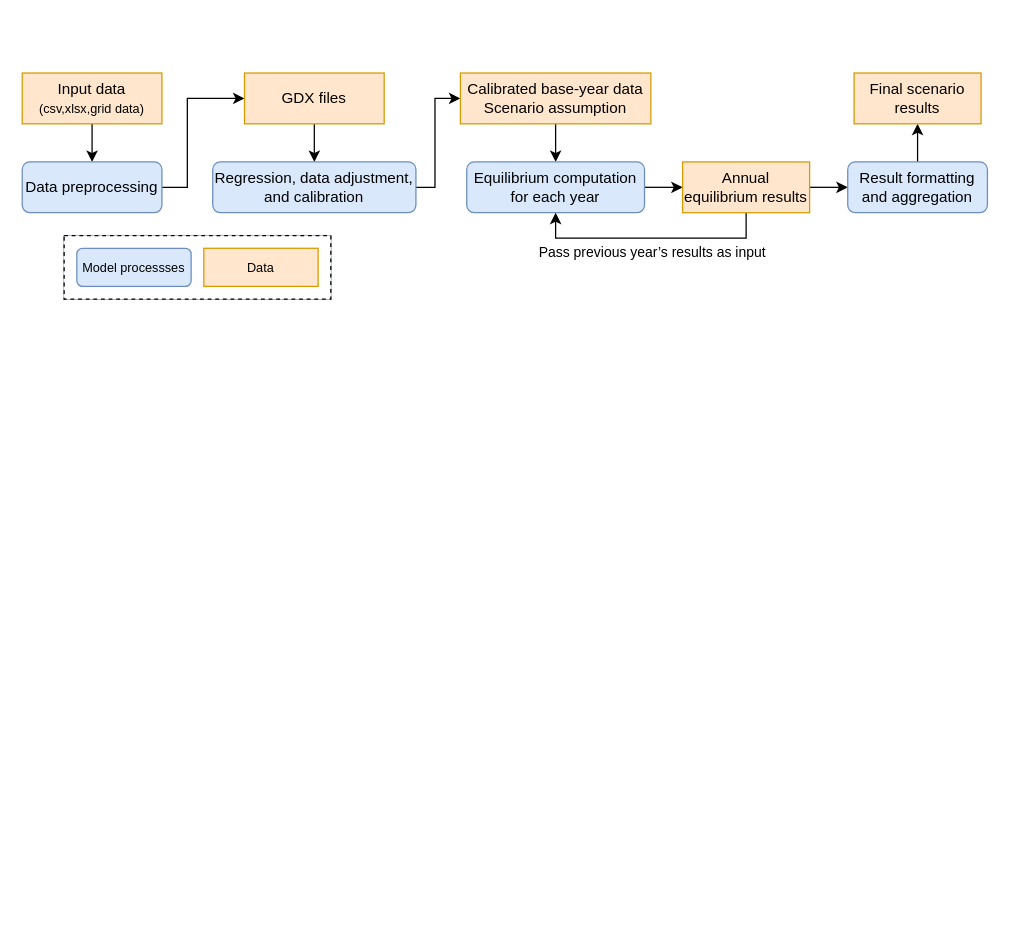
KUAtmos/AIMALPHAdoc keeps this draw.io diagram as figs/fig7_1.drawio. Above is the earlier version. Source tidied: cells renumbered, new cells numbered last; positions are measured from the earlier drawing's top-left corner, leaving out a move shared by most shapes. Both pictures are drawn from the tidied source at 127%, with x=0, y=0 at pixel (22, 72).
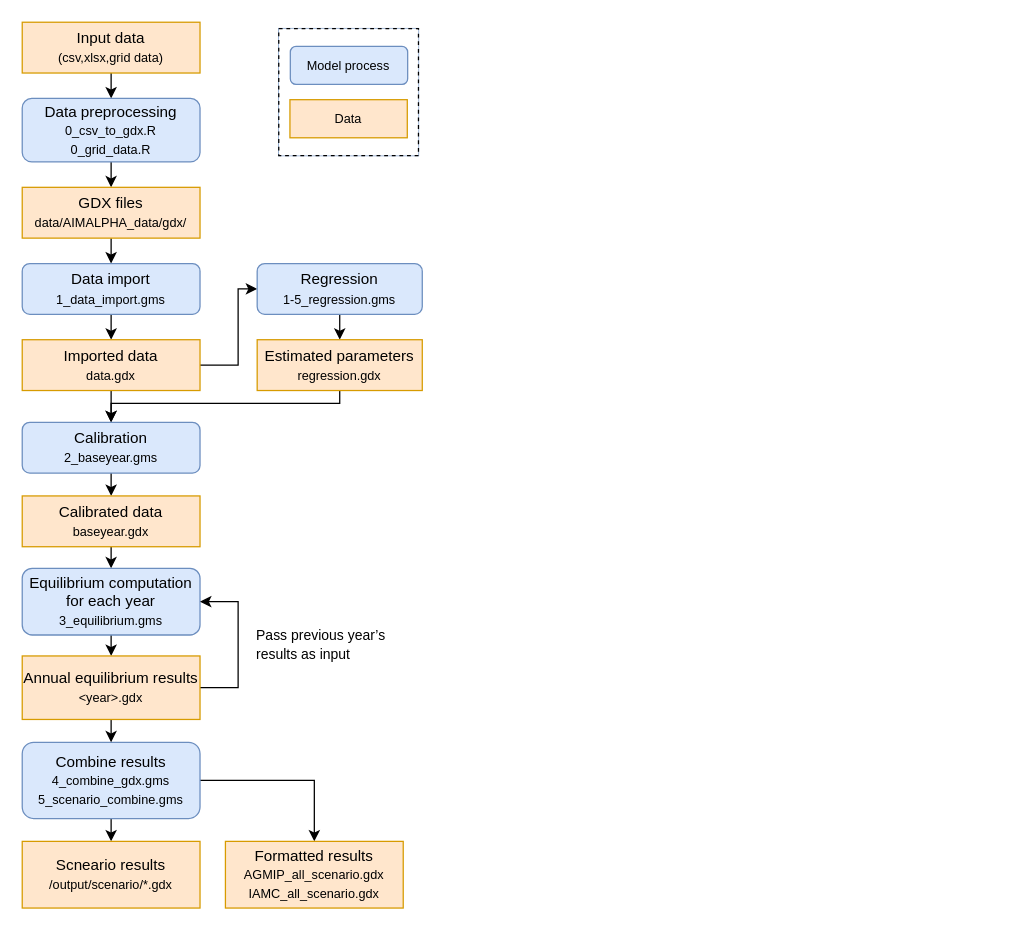
After the change.

The edit, as a diff of the source:
```diff
@@
     <mxCell id="3" value="Input data&lt;div&gt;&lt;font style=&quot;font-size: 10px;&quot;&gt;(csv,xlsx,grid data)&lt;/font&gt;&lt;/div&gt;" style="rounded=0;whiteSpace=wrap;html=1;fillColor=#ffe6cc;strokeColor=#d79b00;" parent="1" vertex="1">
-      <mxGeometry width="110" height="40" as="geometry" />
+      <mxGeometry y="-40" width="140" height="40" as="geometry" />
     </mxCell>
-    <mxCell id="4" style="edgeStyle=orthogonalEdgeStyle;rounded=0;jettySize=auto;html=1;exitX=1;exitY=0.5;exitDx=0;exitDy=0;entryX=0;entryY=0.5;entryDx=0;entryDy=0;" parent="1" edge="1" source="5" target="7">
-      <mxGeometry relative="1" as="geometry">
-        <Array as="points">
-          <mxPoint x="130" y="90" />
-          <mxPoint x="130" y="20" />
-        </Array>
-      </mxGeometry>
+    <mxCell id="4" style="edgeStyle=orthogonalEdgeStyle;rounded=0;jettySize=auto;html=1;exitX=0.5;exitY=1;exitDx=0;exitDy=0;entryX=0.5;entryY=0;entryDx=0;entryDy=0;" parent="1" edge="1" source="5" target="7">
+      <mxGeometry relative="1" as="geometry" />
     </mxCell>
-    <mxCell id="5" value="Data preprocessing" style="rounded=1;whiteSpace=wrap;html=1;fillColor=#dae8fc;strokeColor=#6c8ebf;" parent="1" vertex="1">
-      <mxGeometry y="70" width="110" height="40" as="geometry" />
+    <mxCell id="5" value="Data preprocessing&lt;div&gt;&lt;font style=&quot;font-size: 10px;&quot;&gt;0_csv_to_gdx.R&lt;/font&gt;&lt;/div&gt;&lt;div&gt;&lt;font style=&quot;font-size: 10px;&quot;&gt;0_grid_data.R&lt;/font&gt;&lt;/div&gt;" style="rounded=1;whiteSpace=wrap;html=1;fillColor=#dae8fc;strokeColor=#6c8ebf;" parent="1" vertex="1">
+      <mxGeometry y="20" width="140" height="50" as="geometry" />
     </mxCell>
-    <mxCell id="6" style="edgeStyle=orthogonalEdgeStyle;rounded=0;jettySize=auto;html=1;exitX=0.5;exitY=1;exitDx=0;exitDy=0;entryX=0.5;entryY=0;entryDx=0;entryDy=0;" parent="1" edge="1" source="7" target="9">
-      <mxGeometry relative="1" as="geometry" />
-    </mxCell>
+    <mxCell id="25" style="edgeStyle=orthogonalEdgeStyle;rounded=0;jettySize=auto;html=1;exitX=0.5;exitY=1;exitDx=0;exitDy=0;entryX=0.5;entryY=0;entryDx=0;entryDy=0;" parent="1" edge="1" source="7" target="29">
+      <mxGeometry relative="1" as="geometry" />
+    </mxCell>
-    <mxCell id="7" value="GDX files" style="rounded=0;whiteSpace=wrap;html=1;fillColor=#ffe6cc;strokeColor=#d79b00;" parent="1" vertex="1">
-      <mxGeometry x="175" width="110" height="40" as="geometry" />
+    <mxCell id="7" value="GDX files&lt;div&gt;&lt;font style=&quot;font-size: 10px;&quot;&gt;data/AIMALPHA_data/gdx/&lt;/font&gt;&lt;/div&gt;" style="rounded=0;whiteSpace=wrap;html=1;fillColor=#ffe6cc;strokeColor=#d79b00;" parent="1" vertex="1">
+      <mxGeometry y="90" width="140" height="40" as="geometry" />
     </mxCell>
-    <mxCell id="8" style="edgeStyle=orthogonalEdgeStyle;rounded=0;jettySize=auto;html=1;exitX=1;exitY=0.5;exitDx=0;exitDy=0;entryX=0;entryY=0.5;entryDx=0;entryDy=0;" parent="1" edge="1" source="9" target="11">
-      <mxGeometry relative="1" as="geometry">
-        <Array as="points">
-          <mxPoint x="325" y="90" />
-          <mxPoint x="325" y="20" />
-        </Array>
-      </mxGeometry>
-    </mxCell>
+    <mxCell id="26" style="edgeStyle=orthogonalEdgeStyle;rounded=0;jettySize=auto;html=1;exitX=0.5;exitY=1;exitDx=0;exitDy=0;entryX=0.5;entryY=0;entryDx=0;entryDy=0;" parent="1" edge="1" source="9" target="46">
+      <mxGeometry relative="1" as="geometry" />
+    </mxCell>
+    <mxCell id="27" style="edgeStyle=orthogonalEdgeStyle;rounded=0;jettySize=auto;html=1;exitX=1;exitY=0.5;exitDx=0;exitDy=0;entryX=0.5;entryY=0;entryDx=0;entryDy=0;" parent="1" edge="1" source="9" target="47">
+      <mxGeometry relative="1" as="geometry" />
+    </mxCell>
-    <mxCell id="9" value="Regression,&amp;nbsp;&lt;span style=&quot;background-color: transparent; color: light-dark(rgb(0, 0, 0), rgb(255, 255, 255));&quot;&gt;data adjustment, and calibration&lt;/span&gt;" style="rounded=1;whiteSpace=wrap;html=1;fillColor=#dae8fc;strokeColor=#6c8ebf;" parent="1" vertex="1">
-      <mxGeometry x="150" y="70" width="160" height="40" as="geometry" />
+    <mxCell id="9" value="Combine results&lt;br&gt;&lt;div&gt;&lt;span style=&quot;background-color: transparent; color: light-dark(rgb(0, 0, 0), rgb(255, 255, 255));&quot;&gt;&lt;font style=&quot;font-size: 10px;&quot;&gt;4_combine_gdx.gms&lt;/font&gt;&lt;/span&gt;&lt;/div&gt;&lt;div&gt;&lt;span style=&quot;background-color: transparent; color: light-dark(rgb(0, 0, 0), rgb(255, 255, 255));&quot;&gt;&lt;font style=&quot;font-size: 10px;&quot;&gt;5_scenario_combine.gms&lt;/font&gt;&lt;/span&gt;&lt;/div&gt;" style="rounded=1;whiteSpace=wrap;html=1;fillColor=#dae8fc;strokeColor=#6c8ebf;" parent="1" vertex="1">
+      <mxGeometry y="527" width="140" height="60" as="geometry" />
     </mxCell>
-    <mxCell id="10" style="edgeStyle=orthogonalEdgeStyle;rounded=0;jettySize=auto;html=1;exitX=0.5;exitY=1;exitDx=0;exitDy=0;entryX=0.5;entryY=0;entryDx=0;entryDy=0;" parent="1" edge="1" source="11" target="13">
-      <mxGeometry relative="1" as="geometry" />
-    </mxCell>
-    <mxCell id="11" value="Calibrated base-year data&lt;div&gt;Scenario assumption&lt;/div&gt;" style="rounded=0;whiteSpace=wrap;html=1;fillColor=#ffe6cc;strokeColor=#d79b00;" parent="1" vertex="1">
-      <mxGeometry x="345" width="150" height="40" as="geometry" />
-    </mxCell>
-    <mxCell id="12" style="edgeStyle=orthogonalEdgeStyle;rounded=0;jettySize=auto;html=1;exitX=1;exitY=0.5;exitDx=0;exitDy=0;entryX=0;entryY=0.5;entryDx=0;entryDy=0;" parent="1" edge="1" source="13" target="17">
-      <mxGeometry relative="1" as="geometry" />
-    </mxCell>
-    <mxCell id="13" value="Equilibrium computation for each year" style="rounded=1;whiteSpace=wrap;html=1;fillColor=#dae8fc;strokeColor=#6c8ebf;" parent="1" vertex="1">
-      <mxGeometry x="350" y="70" width="140" height="40" as="geometry" />
-    </mxCell>
-    <mxCell id="14" style="edgeStyle=orthogonalEdgeStyle;rounded=0;jettySize=auto;html=1;exitX=1;exitY=0.5;exitDx=0;exitDy=0;entryX=0;entryY=0.5;entryDx=0;entryDy=0;" parent="1" edge="1" source="17" target="19">
-      <mxGeometry relative="1" as="geometry" />
-    </mxCell>
-    <mxCell id="15" style="edgeStyle=orthogonalEdgeStyle;rounded=0;jettySize=auto;html=1;exitX=0.5;exitY=1;exitDx=0;exitDy=0;entryX=0.5;entryY=1;entryDx=0;entryDy=0;" parent="1" edge="1" source="17" target="13">
-      <mxGeometry relative="1" as="geometry" />
-    </mxCell>
-    <mxCell id="16" value="Pass previous year’s results as input" style="edgeLabel;html=1;align=center;verticalAlign=middle;" parent="15" vertex="1">
-      <mxGeometry x="-0.01" y="1" relative="1" as="geometry">
-        <mxPoint x="-1" y="9" as="offset" />
-      </mxGeometry>
-    </mxCell>
-    <mxCell id="17" value="Annual equilibrium results" style="rounded=0;whiteSpace=wrap;html=1;fillColor=#ffe6cc;strokeColor=#d79b00;" parent="1" vertex="1">
-      <mxGeometry x="520" y="70" width="100" height="40" as="geometry" />
-    </mxCell>
-    <mxCell id="18" style="edgeStyle=orthogonalEdgeStyle;rounded=0;jettySize=auto;html=1;exitX=0.5;exitY=0;exitDx=0;exitDy=0;entryX=0.5;entryY=1;entryDx=0;entryDy=0;" parent="1" edge="1" source="19" target="20">
-      <mxGeometry relative="1" as="geometry" />
-    </mxCell>
-    <mxCell id="19" value="Result formatting and aggregation" style="rounded=1;whiteSpace=wrap;html=1;fillColor=#dae8fc;strokeColor=#6c8ebf;" parent="1" vertex="1">
-      <mxGeometry x="650" y="70" width="110" height="40" as="geometry" />
-    </mxCell>
-    <mxCell id="20" value="Final scenario results" style="rounded=0;whiteSpace=wrap;html=1;fillColor=#ffe6cc;strokeColor=#d79b00;" parent="1" vertex="1">
-      <mxGeometry x="655" width="100" height="40" as="geometry" />
-    </mxCell>
     <mxCell id="21" style="group;fillColor=#dae8fc;strokeColor=#6c8ebf;" parent="1" vertex="1">
-      <mxGeometry x="33" y="128" width="210" height="50" as="geometry" />
+      <mxGeometry x="202" y="-35" width="110" height="100" as="geometry" />
     </mxCell>
     <mxCell id="22" style="rounded=0;whiteSpace=wrap;html=1;dashed=1;" parent="21" vertex="1">
-      <mxGeometry width="210" height="50" as="geometry" />
+      <mxGeometry width="110" height="100" as="geometry" />
     </mxCell>
-    <mxCell id="23" value="&lt;font style=&quot;font-size: 10px;&quot;&gt;Model processses&lt;/font&gt;" style="rounded=1;whiteSpace=wrap;html=1;fillColor=#dae8fc;strokeColor=#6c8ebf;" parent="21" vertex="1">
-      <mxGeometry x="10" y="10" width="90" height="30" as="geometry" />
+    <mxCell id="23" value="&lt;font style=&quot;font-size: 10px;&quot;&gt;Model process&lt;/font&gt;" style="rounded=1;whiteSpace=wrap;html=1;fillColor=#dae8fc;strokeColor=#6c8ebf;" parent="21" vertex="1">
+      <mxGeometry x="9.1" y="14" width="92.4" height="30" as="geometry" />
     </mxCell>
     <mxCell id="24" value="&lt;font style=&quot;font-size: 10px;&quot;&gt;Data&lt;/font&gt;" style="rounded=0;whiteSpace=wrap;html=1;fillColor=#ffe6cc;strokeColor=#d79b00;" parent="21" vertex="1">
-      <mxGeometry x="110" y="10" width="90" height="30" as="geometry" />
+      <mxGeometry x="8.8" y="56" width="92.4" height="30" as="geometry" />
     </mxCell>
+    <mxCell id="28" style="edgeStyle=orthogonalEdgeStyle;rounded=0;jettySize=auto;html=1;exitX=0.5;exitY=1;exitDx=0;exitDy=0;entryX=0.5;entryY=0;entryDx=0;entryDy=0;" parent="1" edge="1" source="29" target="32">
+      <mxGeometry relative="1" as="geometry" />
+    </mxCell>
+    <mxCell id="29" value="Data import&lt;div&gt;&lt;font style=&quot;font-size: 10px;&quot;&gt;1_data_import.gms&lt;/font&gt;&lt;/div&gt;" style="rounded=1;whiteSpace=wrap;html=1;fillColor=#dae8fc;strokeColor=#6c8ebf;" parent="1" vertex="1">
+      <mxGeometry y="150" width="140" height="40" as="geometry" />
+    </mxCell>
+    <mxCell id="30" style="edgeStyle=orthogonalEdgeStyle;rounded=0;jettySize=auto;html=1;exitX=1;exitY=0.5;exitDx=0;exitDy=0;entryX=0;entryY=0.5;entryDx=0;entryDy=0;" parent="1" edge="1" source="32" target="34">
+      <mxGeometry relative="1" as="geometry">
+        <Array as="points">
+          <mxPoint x="170" y="230.1" />
+          <mxPoint x="170" y="170.1" />
+        </Array>
+      </mxGeometry>
+    </mxCell>
+    <mxCell id="31" style="edgeStyle=orthogonalEdgeStyle;rounded=0;jettySize=auto;html=1;exitX=0.5;exitY=1;exitDx=0;exitDy=0;entryX=0.5;entryY=0;entryDx=0;entryDy=0;" parent="1" edge="1" source="32" target="38">
+      <mxGeometry relative="1" as="geometry" />
+    </mxCell>
+    <mxCell id="32" value="Imported data&lt;div&gt;&lt;font style=&quot;font-size: 10px;&quot;&gt;data.gdx&lt;/font&gt;&lt;/div&gt;" style="rounded=0;whiteSpace=wrap;html=1;fillColor=#ffe6cc;strokeColor=#d79b00;" parent="1" vertex="1">
+      <mxGeometry y="210" width="140" height="40" as="geometry" />
+    </mxCell>
+    <mxCell id="33" style="edgeStyle=orthogonalEdgeStyle;rounded=0;jettySize=auto;html=1;exitX=0.5;exitY=1;exitDx=0;exitDy=0;entryX=0.5;entryY=0;entryDx=0;entryDy=0;" parent="1" edge="1" source="34" target="36">
+      <mxGeometry relative="1" as="geometry" />
+    </mxCell>
+    <mxCell id="34" value="&lt;div&gt;&lt;font style=&quot;&quot;&gt;Regression&lt;/font&gt;&lt;/div&gt;&lt;div&gt;&lt;font style=&quot;font-size: 10px;&quot;&gt;1-5_regression.gms&lt;/font&gt;&lt;/div&gt;" style="rounded=1;whiteSpace=wrap;html=1;fillColor=#dae8fc;strokeColor=#6c8ebf;" parent="1" vertex="1">
+      <mxGeometry x="185" y="150" width="130" height="40" as="geometry" />
+    </mxCell>
+    <mxCell id="35" style="edgeStyle=orthogonalEdgeStyle;rounded=0;jettySize=auto;html=1;exitX=0.5;exitY=1;exitDx=0;exitDy=0;entryX=0.5;entryY=0;entryDx=0;entryDy=0;" parent="1" edge="1" source="36" target="38">
+      <mxGeometry relative="1" as="geometry">
+        <Array as="points">
+          <mxPoint x="230" y="260.1" />
+          <mxPoint x="64.9" y="260.1" />
+        </Array>
+      </mxGeometry>
+    </mxCell>
+    <mxCell id="36" value="&lt;div&gt;Estimated parameters&lt;/div&gt;&lt;div&gt;&lt;font style=&quot;font-size: 10px;&quot;&gt;regression.gdx&lt;/font&gt;&lt;/div&gt;" style="rounded=0;whiteSpace=wrap;html=1;fillColor=#ffe6cc;strokeColor=#d79b00;" parent="1" vertex="1">
+      <mxGeometry x="185" y="210" width="130" height="40" as="geometry" />
+    </mxCell>
+    <mxCell id="37" style="edgeStyle=orthogonalEdgeStyle;rounded=0;jettySize=auto;html=1;exitX=0.5;exitY=1;exitDx=0;exitDy=0;entryX=0.5;entryY=0;entryDx=0;entryDy=0;" parent="1" edge="1" source="38" target="40">
+      <mxGeometry relative="1" as="geometry" />
+    </mxCell>
+    <mxCell id="38" value="&lt;div&gt;&lt;span style=&quot;background-color: transparent; color: light-dark(rgb(0, 0, 0), rgb(255, 255, 255));&quot;&gt;Calibration&lt;/span&gt;&lt;/div&gt;&lt;div&gt;&lt;span style=&quot;font-size: 10px; background-color: transparent; color: light-dark(rgb(0, 0, 0), rgb(255, 255, 255));&quot;&gt;2_baseyear.gms&lt;/span&gt;&lt;/div&gt;" style="rounded=1;whiteSpace=wrap;html=1;fillColor=#dae8fc;strokeColor=#6c8ebf;" parent="1" vertex="1">
+      <mxGeometry y="275" width="140" height="40" as="geometry" />
+    </mxCell>
+    <mxCell id="39" style="edgeStyle=orthogonalEdgeStyle;rounded=0;jettySize=auto;html=1;exitX=0.5;exitY=1;exitDx=0;exitDy=0;entryX=0.5;entryY=0;entryDx=0;entryDy=0;" parent="1" edge="1" source="40" target="42">
+      <mxGeometry relative="1" as="geometry" />
+    </mxCell>
+    <mxCell id="40" value="Calibrated data&lt;div&gt;&lt;font style=&quot;font-size: 10px;&quot;&gt;baseyear.gdx&lt;/font&gt;&lt;/div&gt;" style="rounded=0;whiteSpace=wrap;html=1;fillColor=#ffe6cc;strokeColor=#d79b00;" parent="1" vertex="1">
+      <mxGeometry y="333" width="140" height="40" as="geometry" />
+    </mxCell>
+    <mxCell id="41" style="edgeStyle=orthogonalEdgeStyle;rounded=0;jettySize=auto;html=1;exitX=0.5;exitY=1;exitDx=0;exitDy=0;entryX=0.5;entryY=0;entryDx=0;entryDy=0;" parent="1" edge="1" source="42" target="45">
+      <mxGeometry relative="1" as="geometry" />
+    </mxCell>
+    <mxCell id="42" value="Equilibrium computation for each year&lt;div&gt;&lt;font style=&quot;font-size: 10px;&quot;&gt;3_equilibrium.gms&lt;/font&gt;&lt;/div&gt;" style="rounded=1;whiteSpace=wrap;html=1;fillColor=#dae8fc;strokeColor=#6c8ebf;" parent="1" vertex="1">
+      <mxGeometry y="390" width="140" height="52.5" as="geometry" />
+    </mxCell>
+    <mxCell id="43" style="edgeStyle=orthogonalEdgeStyle;rounded=0;jettySize=auto;html=1;exitX=1;exitY=0.5;exitDx=0;exitDy=0;entryX=1;entryY=0.5;entryDx=0;entryDy=0;" parent="1" edge="1" source="45" target="42">
+      <mxGeometry relative="1" as="geometry">
+        <Array as="points">
+          <mxPoint x="170" y="483.9" />
+          <mxPoint x="170" y="416.3" />
+        </Array>
+      </mxGeometry>
+    </mxCell>
+    <mxCell id="44" style="edgeStyle=orthogonalEdgeStyle;rounded=0;jettySize=auto;html=1;exitX=0.5;exitY=1;exitDx=0;exitDy=0;entryX=0.5;entryY=0;entryDx=0;entryDy=0;" parent="1" edge="1" source="45" target="9">
+      <mxGeometry relative="1" as="geometry" />
+    </mxCell>
+    <mxCell id="45" value="Annual equilibrium results&lt;div&gt;&lt;font style=&quot;font-size: 10px;&quot;&gt;&amp;lt;year&amp;gt;.gdx&lt;/font&gt;&lt;/div&gt;" style="rounded=0;whiteSpace=wrap;html=1;fillColor=#ffe6cc;strokeColor=#d79b00;" parent="1" vertex="1">
+      <mxGeometry y="459" width="140" height="50" as="geometry" />
+    </mxCell>
+    <mxCell id="16" value="&lt;span style=&quot;font-size: 11px; white-space: nowrap; background-color: rgb(255, 255, 255);&quot;&gt;Pass previous year’s&amp;nbsp;&lt;/span&gt;&lt;div style=&quot;text-align: left;&quot;&gt;&lt;span style=&quot;font-size: 11px; white-space: nowrap; background-color: rgb(255, 255, 255);&quot;&gt;results as input&lt;/span&gt;&lt;/div&gt;" style="text;html=1;whiteSpace=wrap;strokeColor=none;fillColor=none;align=center;verticalAlign=middle;rounded=0;" parent="1" vertex="1">
+      <mxGeometry x="182.4" y="435" width="110" height="30" as="geometry" />
+    </mxCell>
+    <mxCell id="46" value="Scneario results&lt;div&gt;&lt;font style=&quot;font-size: 10px;&quot;&gt;/output/scenario/*.gdx&lt;/font&gt;&lt;/div&gt;" style="rounded=0;whiteSpace=wrap;html=1;fillColor=#ffe6cc;strokeColor=#d79b00;" parent="1" vertex="1">
+      <mxGeometry y="605" width="140" height="52.5" as="geometry" />
+    </mxCell>
+    <mxCell id="47" value="Formatted results&lt;div&gt;&lt;font style=&quot;font-size: 10px;&quot;&gt;AGMIP_all_scenario.gdx&lt;/font&gt;&lt;/div&gt;&lt;div&gt;&lt;font style=&quot;font-size: 10px;&quot;&gt;IAMC_all_scenario.gdx&lt;/font&gt;&lt;/div&gt;" style="rounded=0;whiteSpace=wrap;html=1;fillColor=#ffe6cc;strokeColor=#d79b00;" parent="1" vertex="1">
+      <mxGeometry x="160" y="605" width="140" height="52.5" as="geometry" />
+    </mxCell>
```
